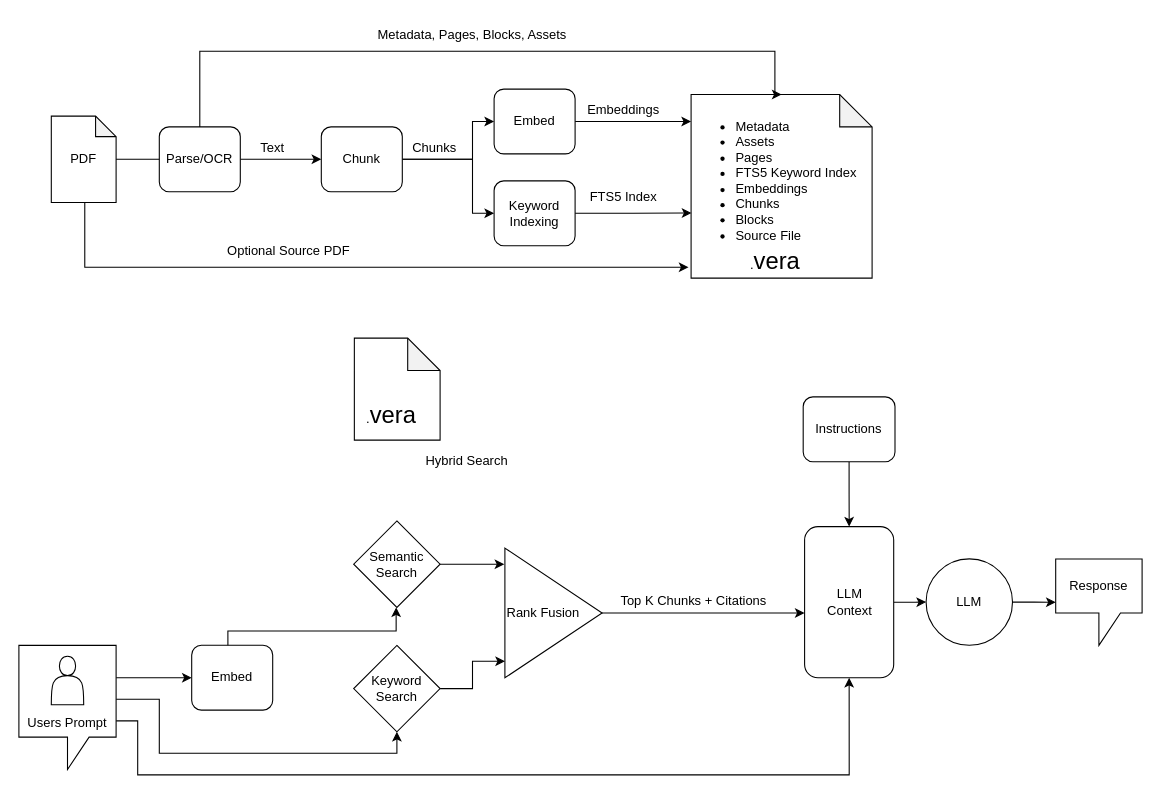
Earlier version of the draw.io diagram vera.drawio (dkylewillis/vera). Source tidied: cells renumbered, new cells numbered last; positions are measured from the earlier drawing's top-left corner, leaving out a move shared by most shapes. Both pictures are drawn from the tidied source at 108%, with x=0, y=0 at pixel (18, 18).
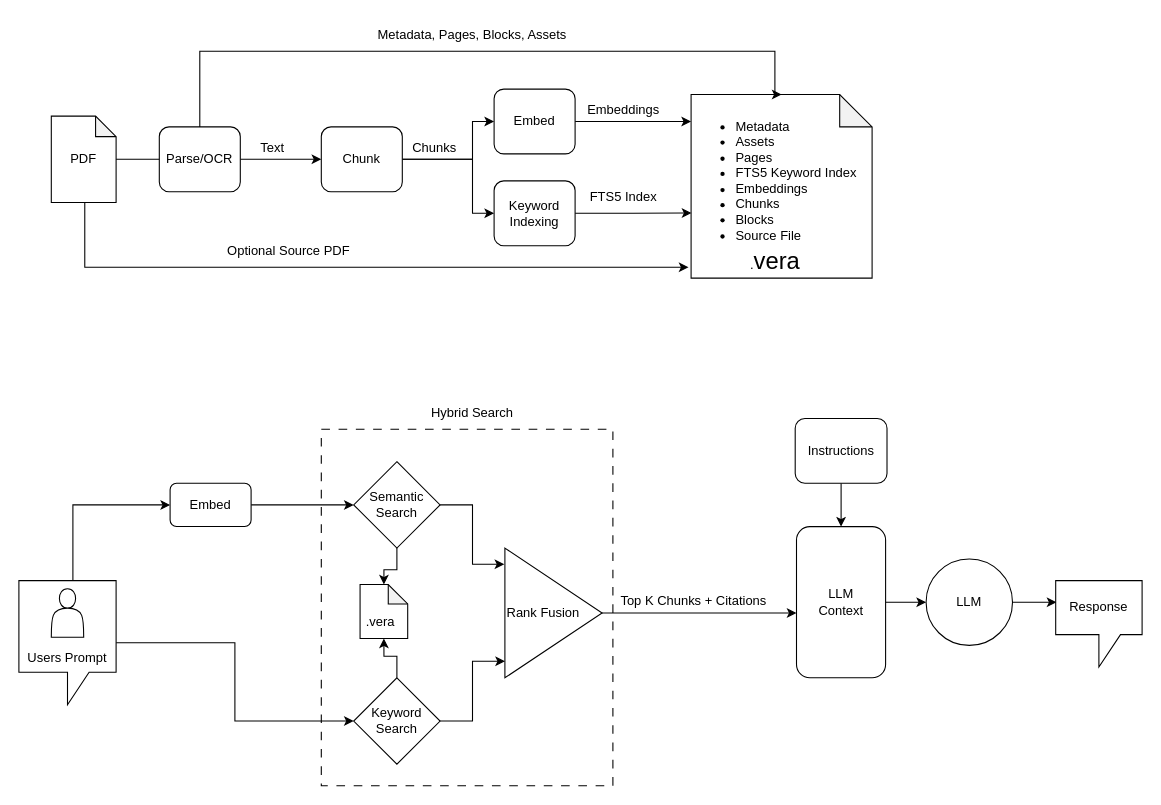
The same diagram, later.

The edit, as a diff of the source:
```diff
@@
     <mxCell id="4" style="edgeStyle=orthogonalEdgeStyle;rounded=0;jettySize=auto;html=1;entryX=0;entryY=0.5;entryDx=0;entryDy=0;" parent="1" edge="1" source="7" target="15">
       <mxGeometry relative="1" as="geometry">
         <Array as="points">
-          <mxPoint x="160" y="610" />
+          <mxPoint x="50" y="450" />
         </Array>
       </mxGeometry>
     </mxCell>
-    <mxCell id="5" style="edgeStyle=orthogonalEdgeStyle;rounded=0;jettySize=auto;html=1;entryX=0.5;entryY=1;entryDx=0;entryDy=0;" parent="1" edge="1" source="7" target="39">
-      <mxGeometry relative="1" as="geometry">
-        <Array as="points">
-          <mxPoint x="130" y="630" />
-          <mxPoint x="130" y="680" />
-          <mxPoint x="350" y="680" />
-        </Array>
-      </mxGeometry>
+    <mxCell id="5" style="edgeStyle=orthogonalEdgeStyle;rounded=0;jettySize=auto;html=1;entryX=0;entryY=0.5;entryDx=0;entryDy=0;" parent="1" edge="1" source="7" target="39">
+      <mxGeometry relative="1" as="geometry" />
     </mxCell>
-    <mxCell id="6" style="edgeStyle=orthogonalEdgeStyle;rounded=0;jettySize=auto;html=1;entryX=0.5;entryY=1;entryDx=0;entryDy=0;" parent="1" edge="1" source="7" target="9">
-      <mxGeometry relative="1" as="geometry">
-        <Array as="points">
-          <mxPoint x="110" y="650" />
-          <mxPoint x="110" y="700" />
-          <mxPoint x="768.8" y="700" />
-        </Array>
-      </mxGeometry>
-    </mxCell>
     <mxCell id="7" value="&lt;br&gt;&lt;div&gt;&lt;br&gt;&lt;/div&gt;&lt;div&gt;&lt;br&gt;&lt;/div&gt;&lt;div&gt;&lt;br&gt;&lt;/div&gt;&lt;div&gt;&lt;span style=&quot;background-color: transparent; color: light-dark(rgb(0, 0, 0), rgb(255, 255, 255));&quot;&gt;Users Prompt&lt;/span&gt;&lt;/div&gt;" style="shape=callout;whiteSpace=wrap;html=1;perimeter=calloutPerimeter;" parent="1" vertex="1">
-      <mxGeometry y="580.1" width="90" height="114.9" as="geometry" />
+      <mxGeometry y="520.1" width="90" height="114.9" as="geometry" />
     </mxCell>
@@
     <mxCell id="9" value="LLM&lt;div&gt;Context&lt;/div&gt;" style="rounded=1;whiteSpace=wrap;html=1;" parent="1" vertex="1">
-      <mxGeometry x="727.5" y="470.1" width="82.5" height="140" as="geometry" />
+      <mxGeometry x="720" y="470.1" width="82.5" height="140" as="geometry" />
     </mxCell>
@@
     <mxCell id="11" value="Instructions" style="rounded=1;whiteSpace=wrap;html=1;" parent="1" vertex="1">
-      <mxGeometry x="726.2" y="350" width="85" height="60" as="geometry" />
+      <mxGeometry x="718.8" y="370" width="85" height="60" as="geometry" />
     </mxCell>
@@
     <mxCell id="13" value="Semantic Search" style="rhombus;whiteSpace=wrap;html=1;shapeInside=1;" parent="1" vertex="1">
-      <mxGeometry x="310" y="464.9" width="80" height="80" as="geometry" />
+      <mxGeometry x="310" y="410" width="80" height="80" as="geometry" />
     </mxCell>
-    <mxCell id="14" style="edgeStyle=orthogonalEdgeStyle;rounded=0;jettySize=auto;html=1;entryX=0.491;entryY=1.041;entryDx=0;entryDy=0;entryPerimeter=0;exitX=0.447;exitY=0.01;exitDx=0;exitDy=0;exitPerimeter=0;" parent="1" edge="1" source="15">
-      <mxGeometry relative="1" as="geometry">
-        <mxPoint x="349.3" y="544.9" as="targetPoint" />
-        <Array as="points">
-          <mxPoint x="193.5" y="566.7" />
-          <mxPoint x="349.3" y="566.7" />
-        </Array>
-      </mxGeometry>
-    </mxCell>
+    <mxCell id="52" style="edgeStyle=orthogonalEdgeStyle;rounded=0;jettySize=auto;html=1;" parent="1" edge="1" source="15" target="13">
+      <mxGeometry relative="1" as="geometry" />
+    </mxCell>
     <mxCell id="15" value="Embed" style="rounded=1;whiteSpace=wrap;html=1;" parent="1" vertex="1">
-      <mxGeometry x="160" y="580" width="75" height="60" as="geometry" />
+      <mxGeometry x="140" y="430" width="75" height="40" as="geometry" />
     </mxCell>
-    <mxCell id="16" style="edgeStyle=orthogonalEdgeStyle;rounded=0;jettySize=auto;html=1;" parent="1" edge="1" source="17" target="42">
-      <mxGeometry relative="1" as="geometry" />
-    </mxCell>
     <mxCell id="17" value="LLM" style="ellipse;whiteSpace=wrap;html=1;shapeInside=1;" parent="1" vertex="1">
-      <mxGeometry x="840" y="500" width="80" height="80" as="geometry" />
+      <mxGeometry x="840" y="500.1" width="80" height="80" as="geometry" />
     </mxCell>
@@
     <mxCell id="39" value="Keyword Search" style="rhombus;whiteSpace=wrap;html=1;shapeInside=1;" parent="1" vertex="1">
-      <mxGeometry x="310" y="580.1" width="80" height="80" as="geometry" />
+      <mxGeometry x="310" y="610.1" width="80" height="80" as="geometry" />
     </mxCell>
@@
+    <mxCell id="53" style="edgeStyle=orthogonalEdgeStyle;rounded=0;jettySize=auto;html=1;exitX=0.009;exitY=0.25;exitDx=0;exitDy=0;exitPerimeter=0;startArrow=classic;startFill=1;endArrow=none;endFill=0;" parent="1" edge="1" source="42" target="17">
+      <mxGeometry relative="1" as="geometry" />
+    </mxCell>
     <mxCell id="42" value="Response" style="shape=callout;whiteSpace=wrap;html=1;perimeter=calloutPerimeter;" parent="1" vertex="1">
-      <mxGeometry x="960" y="500.1" width="80" height="80" as="geometry" />
+      <mxGeometry x="960" y="520.1" width="80" height="80" as="geometry" />
     </mxCell>
     <mxCell id="43" style="shape=actor;whiteSpace=wrap;html=1;" parent="1" vertex="1">
-      <mxGeometry x="30" y="590.1" width="30" height="44.9" as="geometry" />
+      <mxGeometry x="30" y="527.6" width="30" height="44.9" as="geometry" />
     </mxCell>
@@
     <mxCell id="48" value="Hybrid Search" style="text;html=1;whiteSpace=wrap;strokeColor=none;fillColor=none;align=center;verticalAlign=middle;rounded=0;" parent="1" vertex="1">
-      <mxGeometry x="345" y="395" width="140" height="30" as="geometry" />
+      <mxGeometry x="350" y="350" width="140" height="30" as="geometry" />
     </mxCell>
     <mxCell id="49" style="group;" parent="1" vertex="1">
-      <mxGeometry x="300" y="290" width="90" height="100" as="geometry" />
+      <mxGeometry x="310" y="503.7" width="50" height="70" as="geometry" />
     </mxCell>
-    <mxCell id="50" style="shape=note;whiteSpace=wrap;html=1;backgroundOutline=1;darkOpacity=0.05;strokeColor=light-dark(#000000,#FFCC99);" parent="49" vertex="1">
-      <mxGeometry x="10.6" y="5.6" width="79.4" height="94.4" as="geometry" />
+    <mxCell id="50" style="shape=note;whiteSpace=wrap;html=1;backgroundOutline=1;darkOpacity=0.05;strokeColor=light-dark(#000000,#FFCC99);size=18;" parent="49" vertex="1">
+      <mxGeometry x="5.9" y="20" width="44.1" height="50" as="geometry" />
     </mxCell>
-    <mxCell id="51" value=".&lt;font style=&quot;font-size: 22px;&quot;&gt;vera&lt;/font&gt;" style="text;html=1;whiteSpace=wrap;strokeColor=none;fillColor=none;align=center;verticalAlign=middle;rounded=0;" parent="49" vertex="1">
-      <mxGeometry x="29.1" y="70" width="31.8" height="16.7" as="geometry" />
+    <mxCell id="51" value="&lt;font&gt;.&lt;font style=&quot;&quot;&gt;vera&lt;/font&gt;&lt;/font&gt;" style="text;html=1;whiteSpace=wrap;strokeColor=none;fillColor=none;align=center;verticalAlign=middle;rounded=0;" parent="49" vertex="1">
+      <mxGeometry x="16.2" y="49" width="17.6" height="11.7" as="geometry" />
     </mxCell>
+    <mxCell id="54" style="edgeStyle=orthogonalEdgeStyle;rounded=0;jettySize=auto;html=1;entryX=0.5;entryY=1;entryDx=0;entryDy=0;entryPerimeter=0;" parent="1" edge="1" source="39" target="50">
+      <mxGeometry relative="1" as="geometry" />
+    </mxCell>
+    <mxCell id="55" style="edgeStyle=orthogonalEdgeStyle;rounded=0;jettySize=auto;html=1;entryX=0.5;entryY=0;entryDx=0;entryDy=0;entryPerimeter=0;" parent="1" edge="1" source="13" target="50">
+      <mxGeometry relative="1" as="geometry" />
+    </mxCell>
+    <mxCell id="56" style="rounded=0;whiteSpace=wrap;html=1;fillColor=none;dashed=1;dashPattern=8 8;" parent="1" vertex="1">
+      <mxGeometry x="280" y="380" width="270" height="330" as="geometry" />
+    </mxCell>
```
